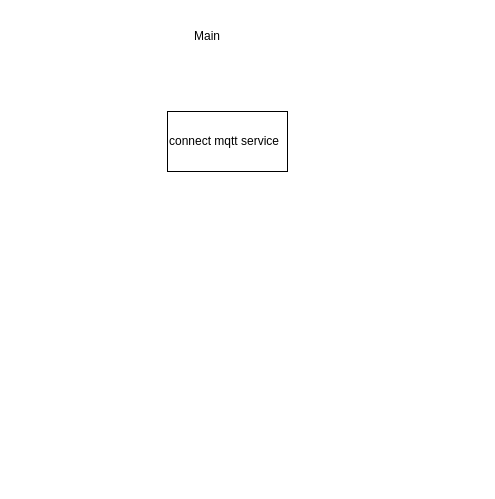
This is page "main" (4 of 4) of Untitled Diagram.drawio from ahmadbasarudin/test123, a draw.io file, before an edit. Source tidied: cells renumbered, new cells numbered last; positions are measured from the earlier drawing's top-left corner, leaving out a move shared by most shapes. Both pictures are drawn from the tidied source at 100%, with x=0, y=0 at pixel (167, 21).
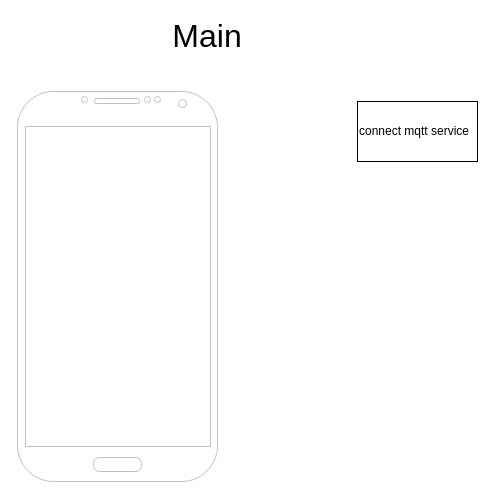
The same page after the edit.

Change to the diagram source:
```diff
@@
 <mxGraphModel>
   <root>
     <mxCell id="0" />
     <mxCell id="1" parent="0" />
     <mxCell id="2" value="connect mqtt service" style="rounded=0;whiteSpace=wrap;html=1;fontColor=#000000;align=left;" parent="1" vertex="1">
-      <mxGeometry y="90" width="120" height="60" as="geometry" />
+      <mxGeometry x="190" y="80" width="120" height="60" as="geometry" />
     </mxCell>
-    <mxCell id="3" value="Main" style="text;html=1;strokeColor=none;fillColor=none;align=center;verticalAlign=middle;whiteSpace=wrap;rounded=0;fontColor=#000000;" parent="1" vertex="1">
+    <mxCell id="3" value="Main" style="text;html=1;strokeColor=none;fillColor=none;align=center;verticalAlign=middle;whiteSpace=wrap;rounded=0;fontColor=#000000;fontSize=32;" parent="1" vertex="1">
       <mxGeometry x="10" width="60" height="30" as="geometry" />
     </mxCell>
+    <mxCell id="4" style="verticalLabelPosition=bottom;verticalAlign=top;html=1;shadow=0;dashed=0;strokeWidth=1;shape=mxgraph.android.phone2;strokeColor=#c0c0c0;" parent="1" vertex="1">
+      <mxGeometry x="-150" y="70" width="200" height="390" as="geometry" />
+    </mxCell>
   </root>
 </mxGraphModel>
```
